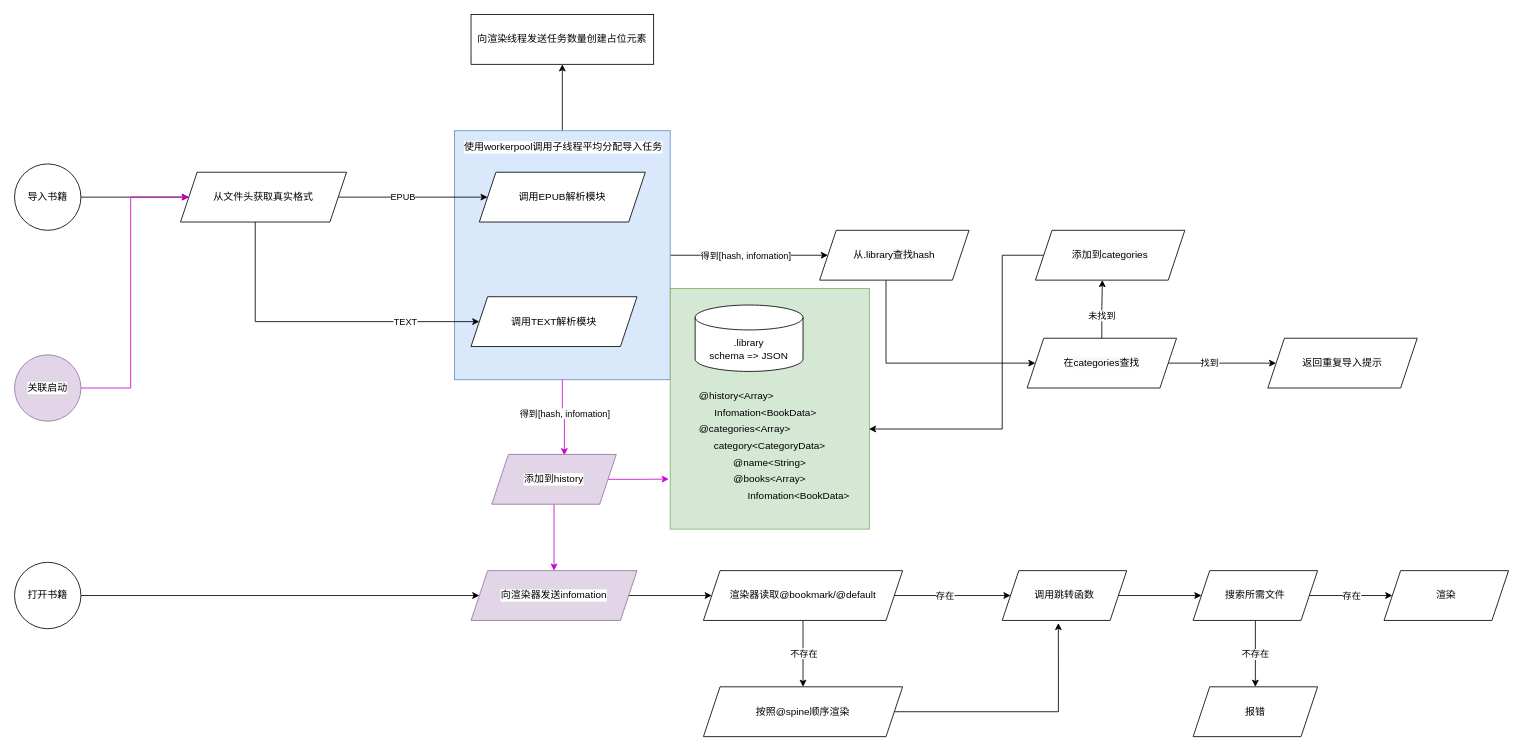
The draw.io diagram page "Main" (1 of 4) of blueprint/Process.drawio in nsplup/aReader, before the edit. Source tidied: cells renumbered, new cells numbered last; positions are measured from the earlier drawing's top-left corner, leaving out a move shared by most shapes. Both pictures are drawn from the tidied source at 83%, with x=0, y=0 at pixel (14, 14).
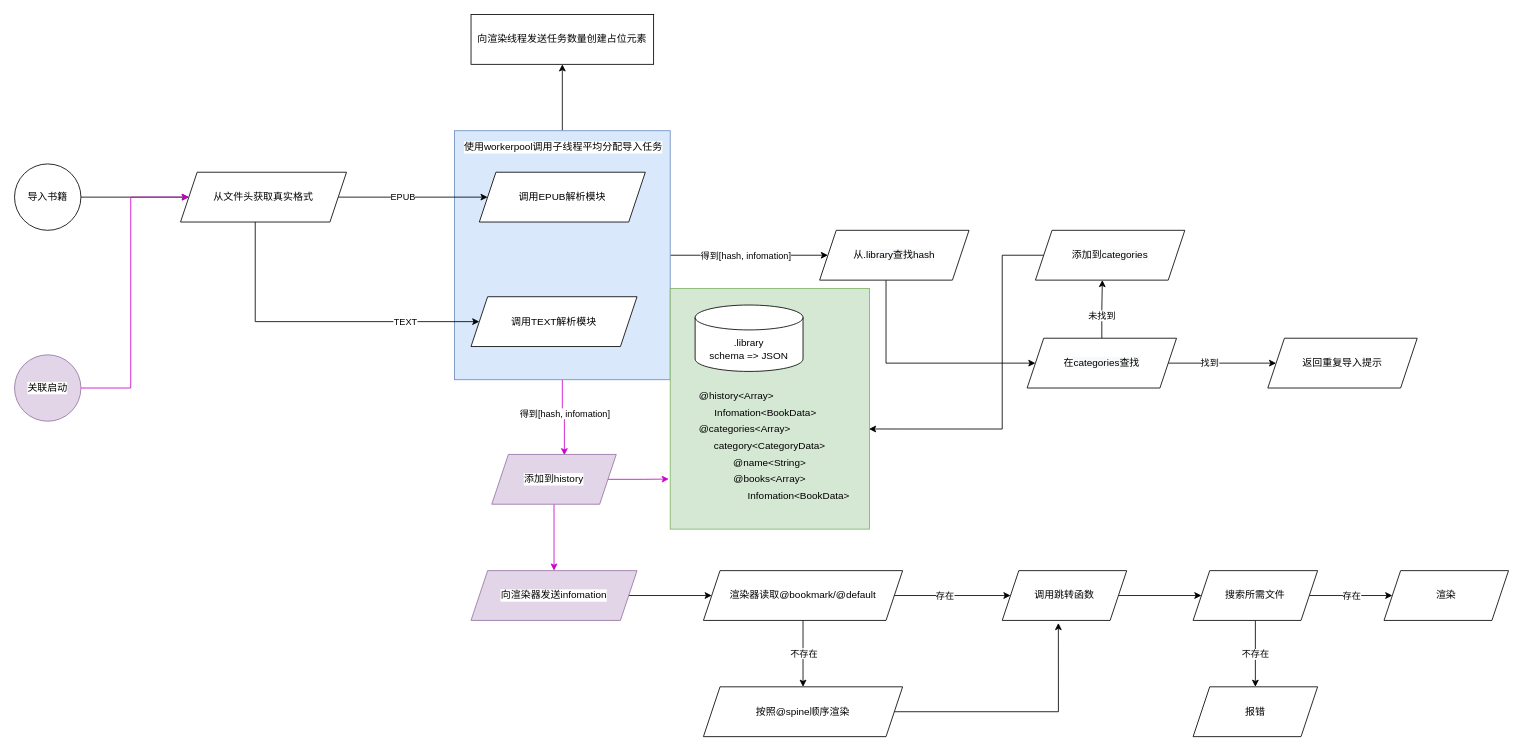
After the change.

Unchanged cells that the change refers to:
```xml
<mxCell id="43" value="向渲染器发送infomation" style="shape=parallelogram;perimeter=parallelogramPerimeter;whiteSpace=wrap;html=1;fixedSize=1;labelBackgroundColor=#FFFFFF;align=center;fillColor=#e1d5e7;strokeColor=#9673a6;" parent="1" vertex="1">
  <mxGeometry x="550" y="670" width="200" height="60" as="geometry" />
</mxCell>
```

What changed in the source:
```diff
@@
-    <mxCell id="44" style="edgeStyle=orthogonalEdgeStyle;rounded=0;jettySize=auto;html=1;entryX=0;entryY=0.5;entryDx=0;entryDy=0;" parent="1" edge="1" source="45" target="43">
-      <mxGeometry relative="1" as="geometry" />
-    </mxCell>
-    <mxCell id="45" value="打开书籍" style="ellipse;whiteSpace=wrap;html=1;labelBackgroundColor=#FFFFFF;align=center;" parent="1" vertex="1">
-      <mxGeometry y="660" width="80" height="80" as="geometry" />
-    </mxCell>
```
